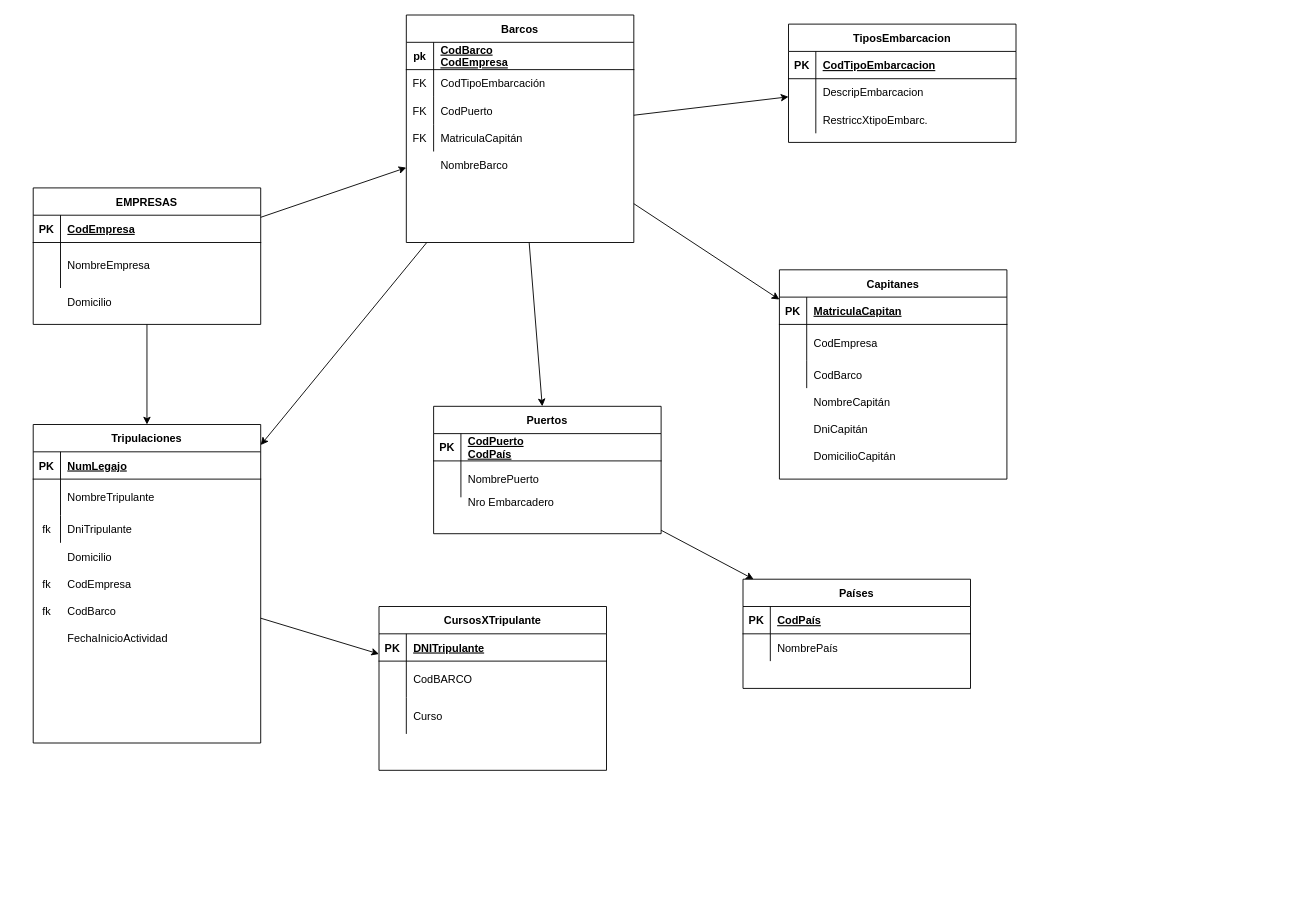
Above: Untitled Diagram.drawio in CristianIglesias/Disenio_y_Admin_BD (draw.io), before the change. Source tidied: cells renumbered, new cells numbered last; positions are measured from the earlier drawing's top-left corner, leaving out a move shared by most shapes. Both pictures are drawn from the tidied source at 91%, with x=0, y=0 at pixel (33, 15).
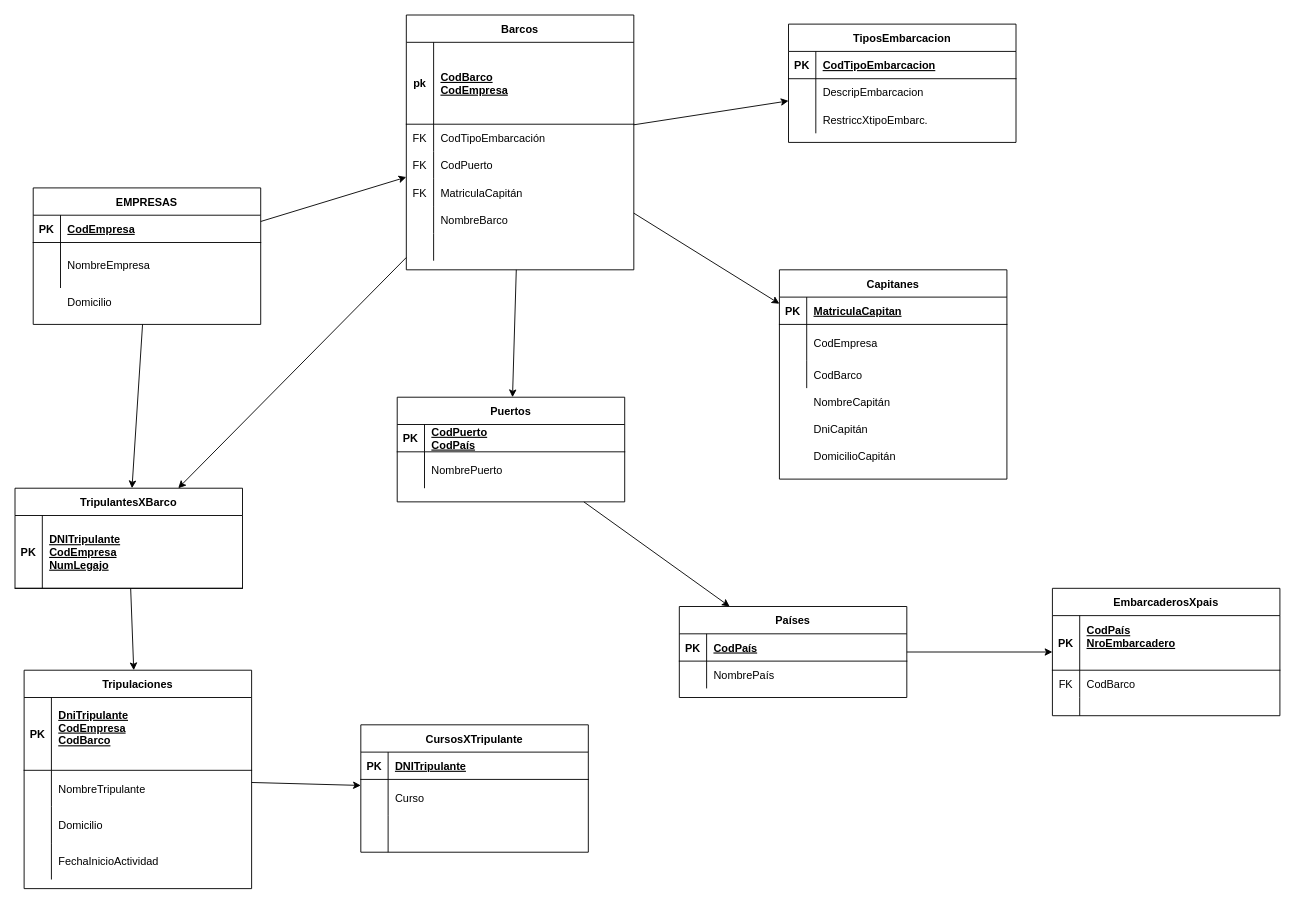
The same page after the edit.

Commit message:
Sigue siguiendo

Unchanged cells that the change refers to:
```xml
<mxCell id="25" value="EMPRESAS" style="shape=table;startSize=30;childLayout=tableLayout;rowLines=0;fontStyle=1;align=center;" parent="1" vertex="1">
  <mxGeometry y="190" width="250" height="150" as="geometry" />
</mxCell>
<mxCell id="96" style="shape=partialRectangle;fillColor=none;top=0;left=0;right=0;bottom=0;" parent="92" vertex="1">
  <mxGeometry y="60" width="250" height="40" as="geometry" />
</mxCell>
<mxCell id="99" style="shape=partialRectangle;fillColor=none;top=0;left=0;right=0;bottom=0;" parent="92" vertex="1">
  <mxGeometry y="100" width="250" height="40" as="geometry" />
</mxCell>
```

What changed in the source:
```diff
@@
     <mxCell id="2" value="Barcos" style="shape=table;startSize=30;childLayout=tableLayout;rowLines=0;fontStyle=1;align=center;" parent="1" vertex="1">
-      <mxGeometry x="410" width="250" height="250" as="geometry" />
+      <mxGeometry x="410" width="250" height="280" as="geometry" />
     </mxCell>
     <mxCell id="3" style="shape=partialRectangle;fillColor=none;top=0;left=0;right=0;bottom=1;" parent="2" vertex="1">
-      <mxGeometry y="30" width="250" height="30" as="geometry" />
+      <mxGeometry y="30" width="250" height="90" as="geometry" />
     </mxCell>
     <mxCell id="4" value="pk" style="shape=partialRectangle;overflow=hidden;fillColor=none;top=0;left=0;bottom=0;right=0;fontStyle=1;" parent="3" vertex="1">
-      <mxGeometry width="30" height="30" as="geometry" />
+      <mxGeometry width="30" height="90" as="geometry" />
     </mxCell>
     <mxCell id="5" value="CodBarco&#10;CodEmpresa" style="shape=partialRectangle;overflow=hidden;fillColor=none;top=0;left=0;bottom=0;right=0;align=left;spacingLeft=6;fontStyle=5;" parent="3" vertex="1">
-      <mxGeometry x="30" width="220" height="30" as="geometry" />
+      <mxGeometry x="30" width="220" height="90" as="geometry" />
     </mxCell>
     <mxCell id="6" style="shape=partialRectangle;fillColor=none;top=0;left=0;right=0;bottom=0;" parent="2" vertex="1">
-      <mxGeometry y="60" width="250" height="30" as="geometry" />
+      <mxGeometry y="120" width="250" height="30" as="geometry" />
     </mxCell>
@@
     <mxCell id="9" style="shape=partialRectangle;fillColor=none;top=0;left=0;right=0;bottom=0;" parent="2" vertex="1">
-      <mxGeometry y="90" width="250" height="30" as="geometry" />
+      <mxGeometry y="150" width="250" height="30" as="geometry" />
     </mxCell>
@@
     <mxCell id="12" style="shape=partialRectangle;fillColor=none;top=0;left=0;right=0;bottom=0;" parent="2" vertex="1">
-      <mxGeometry y="120" width="250" height="30" as="geometry" />
+      <mxGeometry y="180" width="250" height="30" as="geometry" />
     </mxCell>
@@
+    <mxCell id="110" style="shape=partialRectangle;fillColor=none;top=0;left=0;right=0;bottom=0;" parent="2" vertex="1">
+      <mxGeometry y="210" width="250" height="30" as="geometry" />
+    </mxCell>
+    <mxCell id="111" style="shape=partialRectangle;overflow=hidden;fillColor=none;top=0;left=0;bottom=0;right=0;" parent="110" vertex="1">
+      <mxGeometry width="30" height="30" as="geometry" />
+    </mxCell>
+    <mxCell id="33" value="NombreBarco" style="shape=partialRectangle;overflow=hidden;fillColor=none;top=0;left=0;bottom=0;right=0;align=left;spacingLeft=6;" parent="110" vertex="1">
+      <mxGeometry x="30" width="220" height="30" as="geometry" />
+    </mxCell>
+    <mxCell id="112" style="shape=partialRectangle;fillColor=none;top=0;left=0;right=0;bottom=0;" parent="2" vertex="1">
+      <mxGeometry y="240" width="250" height="30" as="geometry" />
+    </mxCell>
+    <mxCell id="113" style="shape=partialRectangle;overflow=hidden;fillColor=none;top=0;left=0;bottom=0;right=0;" parent="112" vertex="1">
+      <mxGeometry width="30" height="30" as="geometry" />
+    </mxCell>
+    <mxCell id="114" style="shape=partialRectangle;overflow=hidden;fillColor=none;top=0;left=0;bottom=0;right=0;align=left;spacingLeft=6;" parent="112" vertex="1">
+      <mxGeometry x="30" width="220" height="30" as="geometry" />
+    </mxCell>
@@
-    <mxCell id="33" value="NombreBarco" style="shape=partialRectangle;overflow=hidden;fillColor=none;top=0;left=0;bottom=0;right=0;align=left;spacingLeft=6;" parent="1" vertex="1">
-      <mxGeometry x="440" y="150" width="220" height="30" as="geometry" />
-    </mxCell>
     <mxCell id="34" value="Tripulaciones" style="shape=table;startSize=30;childLayout=tableLayout;rowLines=0;fontStyle=1;align=center;" parent="1" vertex="1">
-      <mxGeometry y="450" width="250" height="350" as="geometry" />
+      <mxGeometry x="-10" y="720" width="250" height="240" as="geometry" />
     </mxCell>
     <mxCell id="35" style="shape=partialRectangle;fillColor=none;top=0;left=0;right=0;bottom=1;" parent="34" vertex="1">
-      <mxGeometry y="30" width="250" height="30" as="geometry" />
+      <mxGeometry y="30" width="250" height="80" as="geometry" />
     </mxCell>
     <mxCell id="36" value="PK" style="shape=partialRectangle;overflow=hidden;fillColor=none;top=0;left=0;bottom=0;right=0;fontStyle=1;" parent="35" vertex="1">
-      <mxGeometry width="30" height="30" as="geometry" />
+      <mxGeometry width="30" height="80" as="geometry" />
     </mxCell>
-    <mxCell id="37" value="NumLegajo" style="shape=partialRectangle;overflow=hidden;fillColor=none;top=0;left=0;bottom=0;right=0;align=left;spacingLeft=6;fontStyle=5;" parent="35" vertex="1">
-      <mxGeometry x="30" width="220" height="30" as="geometry" />
+    <mxCell id="37" value="DniTripulante&#10;CodEmpresa&#10;CodBarco&#10;" style="shape=partialRectangle;overflow=hidden;fillColor=none;top=0;left=0;bottom=0;right=0;align=left;spacingLeft=6;fontStyle=5;" parent="35" vertex="1">
+      <mxGeometry x="30" width="220" height="80" as="geometry" />
     </mxCell>
     <mxCell id="38" style="shape=partialRectangle;fillColor=none;top=0;left=0;right=0;bottom=0;" parent="34" vertex="1">
-      <mxGeometry y="60" width="250" height="40" as="geometry" />
+      <mxGeometry y="110" width="250" height="40" as="geometry" />
     </mxCell>
@@
-    <mxCell id="41" style="shape=partialRectangle;fillColor=none;top=0;left=0;right=0;bottom=0;" parent="34" vertex="1">
-      <mxGeometry y="100" width="250" height="30" as="geometry" />
-    </mxCell>
-    <mxCell id="42" value="fk" style="shape=partialRectangle;overflow=hidden;fillColor=none;top=0;left=0;bottom=0;right=0;" parent="41" vertex="1">
-      <mxGeometry width="30" height="30" as="geometry" />
-    </mxCell>
-    <mxCell id="43" value="DniTripulante" style="shape=partialRectangle;overflow=hidden;fillColor=none;top=0;left=0;bottom=0;right=0;align=left;spacingLeft=6;" parent="41" vertex="1">
-      <mxGeometry x="30" width="220" height="30" as="geometry" />
-    </mxCell>
-    <mxCell id="44" style="shape=partialRectangle;fillColor=none;top=0;left=0;right=0;bottom=0;" parent="1" vertex="1">
-      <mxGeometry y="580" width="250" height="30" as="geometry" />
-    </mxCell>
-    <mxCell id="45" style="shape=partialRectangle;overflow=hidden;fillColor=none;top=0;left=0;bottom=0;right=0;" parent="44" vertex="1">
-      <mxGeometry width="30" height="30" as="geometry" />
-    </mxCell>
+    <mxCell id="115" style="shape=partialRectangle;fillColor=none;top=0;left=0;right=0;bottom=0;" parent="34" vertex="1">
+      <mxGeometry y="150" width="250" height="40" as="geometry" />
+    </mxCell>
+    <mxCell id="116" style="shape=partialRectangle;overflow=hidden;fillColor=none;top=0;left=0;bottom=0;right=0;" parent="115" vertex="1">
+      <mxGeometry width="30" height="40" as="geometry" />
+    </mxCell>
-    <mxCell id="46" value="Domicilio" style="shape=partialRectangle;overflow=hidden;fillColor=none;top=0;left=0;bottom=0;right=0;align=left;spacingLeft=6;" parent="44" vertex="1">
-      <mxGeometry x="30" width="220" height="30" as="geometry" />
+    <mxCell id="46" value="Domicilio" style="shape=partialRectangle;overflow=hidden;fillColor=none;top=0;left=0;bottom=0;right=0;align=left;spacingLeft=6;" parent="115" vertex="1">
+      <mxGeometry x="30" width="220" height="40" as="geometry" />
     </mxCell>
-    <mxCell id="47" style="shape=partialRectangle;fillColor=none;top=0;left=0;right=0;bottom=0;" parent="1" vertex="1">
-      <mxGeometry y="610" width="250" height="30" as="geometry" />
-    </mxCell>
-    <mxCell id="48" value="fk" style="shape=partialRectangle;overflow=hidden;fillColor=none;top=0;left=0;bottom=0;right=0;" parent="47" vertex="1">
-      <mxGeometry width="30" height="30" as="geometry" />
-    </mxCell>
-    <mxCell id="49" value="CodEmpresa" style="shape=partialRectangle;overflow=hidden;fillColor=none;top=0;left=0;bottom=0;right=0;align=left;spacingLeft=6;" parent="47" vertex="1">
-      <mxGeometry x="30" width="220" height="30" as="geometry" />
-    </mxCell>
-    <mxCell id="50" style="shape=partialRectangle;fillColor=none;top=0;left=0;right=0;bottom=0;" parent="1" vertex="1">
-      <mxGeometry y="640" width="250" height="30" as="geometry" />
-    </mxCell>
-    <mxCell id="51" value="fk" style="shape=partialRectangle;overflow=hidden;fillColor=none;top=0;left=0;bottom=0;right=0;" parent="50" vertex="1">
-      <mxGeometry width="30" height="30" as="geometry" />
-    </mxCell>
-    <mxCell id="52" value="CodBarco" style="shape=partialRectangle;overflow=hidden;fillColor=none;top=0;left=0;bottom=0;right=0;align=left;spacingLeft=6;" parent="50" vertex="1">
-      <mxGeometry x="30" width="220" height="30" as="geometry" />
-    </mxCell>
-    <mxCell id="53" style="shape=partialRectangle;fillColor=none;top=0;left=0;right=0;bottom=0;" parent="1" vertex="1">
-      <mxGeometry y="670" width="250" height="30" as="geometry" />
-    </mxCell>
-    <mxCell id="54" style="shape=partialRectangle;overflow=hidden;fillColor=none;top=0;left=0;bottom=0;right=0;" parent="53" vertex="1">
-      <mxGeometry width="30" height="30" as="geometry" />
-    </mxCell>
+    <mxCell id="117" style="shape=partialRectangle;fillColor=none;top=0;left=0;right=0;bottom=0;" parent="34" vertex="1">
+      <mxGeometry y="190" width="250" height="40" as="geometry" />
+    </mxCell>
+    <mxCell id="118" style="shape=partialRectangle;overflow=hidden;fillColor=none;top=0;left=0;bottom=0;right=0;" parent="117" vertex="1">
+      <mxGeometry width="30" height="40" as="geometry" />
+    </mxCell>
-    <mxCell id="55" value="FechaInicioActividad" style="shape=partialRectangle;overflow=hidden;fillColor=none;top=0;left=0;bottom=0;right=0;align=left;spacingLeft=6;" parent="53" vertex="1">
-      <mxGeometry x="30" width="220" height="30" as="geometry" />
+    <mxCell id="55" value="FechaInicioActividad" style="shape=partialRectangle;overflow=hidden;fillColor=none;top=0;left=0;bottom=0;right=0;align=left;spacingLeft=6;" parent="117" vertex="1">
+      <mxGeometry x="30" width="220" height="40" as="geometry" />
     </mxCell>
@@
     <mxCell id="66" value="Puertos" style="shape=table;startSize=30;childLayout=tableLayout;rowLines=0;fontStyle=1;align=center;" parent="1" vertex="1">
-      <mxGeometry x="440" y="430" width="250" height="140" as="geometry" />
+      <mxGeometry x="400" y="420" width="250" height="115" as="geometry" />
     </mxCell>
@@
     <mxCell id="73" value="Países" style="shape=table;startSize=30;childLayout=tableLayout;rowLines=0;fontStyle=1;align=center;" parent="1" vertex="1">
-      <mxGeometry x="780" y="620" width="250" height="120" as="geometry" />
+      <mxGeometry x="710" y="650" width="250" height="100" as="geometry" />
     </mxCell>
@@
-    <mxCell id="80" style="shape=partialRectangle;fillColor=none;top=0;left=0;right=0;bottom=0;" parent="1" vertex="1">
-      <mxGeometry x="440" y="520" width="250" height="30" as="geometry" />
-    </mxCell>
-    <mxCell id="81" style="shape=partialRectangle;overflow=hidden;fillColor=none;top=0;left=0;bottom=0;right=0;" parent="80" vertex="1">
-      <mxGeometry width="30" height="30" as="geometry" />
-    </mxCell>
-    <mxCell id="82" value="Nro Embarcadero" style="shape=partialRectangle;overflow=hidden;fillColor=none;top=0;left=0;bottom=0;right=0;align=left;spacingLeft=6;" parent="80" vertex="1">
-      <mxGeometry x="30" width="220" height="30" as="geometry" />
-    </mxCell>
@@
     <mxCell id="92" value="CursosXTripulante" style="shape=table;startSize=30;childLayout=tableLayout;rowLines=0;fontStyle=1;align=center;" parent="1" vertex="1">
-      <mxGeometry x="380" y="650" width="250" height="180" as="geometry" />
+      <mxGeometry x="360" y="780" width="250" height="140" as="geometry" />
     </mxCell>
@@
-    <mxCell id="98" value="CodBARCO" style="shape=partialRectangle;overflow=hidden;fillColor=none;top=0;left=0;bottom=0;right=0;align=left;spacingLeft=6;" parent="96" vertex="1">
+    <mxCell id="98" value="Curso" style="shape=partialRectangle;overflow=hidden;fillColor=none;top=0;left=0;bottom=0;right=0;align=left;spacingLeft=6;" parent="96" vertex="1">
       <mxGeometry x="30" width="220" height="40" as="geometry" />
     </mxCell>
@@
-    <mxCell id="101" value="Curso" style="shape=partialRectangle;overflow=hidden;fillColor=none;top=0;left=0;bottom=0;right=0;align=left;spacingLeft=6;" parent="99" vertex="1">
+    <mxCell id="101" style="shape=partialRectangle;overflow=hidden;fillColor=none;top=0;left=0;bottom=0;right=0;align=left;spacingLeft=6;" parent="99" vertex="1">
       <mxGeometry x="30" width="220" height="40" as="geometry" />
     </mxCell>
@@
-    <mxCell id="104" style="endArrow=classic;html=1;" parent="1" edge="1" source="25" target="34">
+    <mxCell id="104" style="endArrow=classic;html=1;" parent="1" edge="1" source="25" target="119">
       <mxGeometry relative="1" as="geometry" />
     </mxCell>
@@
-    <mxCell id="109" style="endArrow=classic;html=1;" parent="1" edge="1" source="2" target="34">
+    <mxCell id="109" style="endArrow=classic;html=1;" parent="1" edge="1" source="2" target="119">
       <mxGeometry relative="1" as="geometry" />
     </mxCell>
+    <mxCell id="119" value="TripulantesXBarco" style="shape=table;startSize=30;childLayout=tableLayout;rowLines=0;fontStyle=1;align=center;" parent="1" vertex="1">
+      <mxGeometry x="-20" y="520" width="250" height="110" as="geometry" />
+    </mxCell>
+    <mxCell id="120" style="shape=partialRectangle;fillColor=none;top=0;left=0;right=0;bottom=1;" parent="119" vertex="1">
+      <mxGeometry y="30" width="250" height="80" as="geometry" />
+    </mxCell>
+    <mxCell id="121" value="PK" style="shape=partialRectangle;overflow=hidden;fillColor=none;top=0;left=0;bottom=0;right=0;fontStyle=1;" parent="120" vertex="1">
+      <mxGeometry width="30" height="80" as="geometry" />
+    </mxCell>
+    <mxCell id="122" value="DNITripulante&#10;CodEmpresa&#10;NumLegajo" style="shape=partialRectangle;overflow=hidden;fillColor=none;top=0;left=0;bottom=0;right=0;align=left;spacingLeft=6;fontStyle=5;" parent="120" vertex="1">
+      <mxGeometry x="30" width="220" height="80" as="geometry" />
+    </mxCell>
+    <mxCell id="123" style="endArrow=classic;html=1;" parent="1" edge="1" source="119" target="34">
+      <mxGeometry relative="1" as="geometry" />
+    </mxCell>
+    <mxCell id="124" value="EmbarcaderosXpais" style="shape=table;startSize=30;childLayout=tableLayout;rowLines=0;fontStyle=1;align=center;" parent="1" vertex="1">
+      <mxGeometry x="1120" y="630" width="250" height="140" as="geometry" />
+    </mxCell>
+    <mxCell id="125" style="shape=partialRectangle;fillColor=none;top=0;left=0;right=0;bottom=1;" parent="124" vertex="1">
+      <mxGeometry y="30" width="250" height="60" as="geometry" />
+    </mxCell>
+    <mxCell id="126" value="PK" style="shape=partialRectangle;overflow=hidden;fillColor=none;top=0;left=0;bottom=0;right=0;fontStyle=1;" parent="125" vertex="1">
+      <mxGeometry width="30" height="60" as="geometry" />
+    </mxCell>
+    <mxCell id="127" value="CodPaís&#10;NroEmbarcadero&#10;" style="shape=partialRectangle;overflow=hidden;fillColor=none;top=0;left=0;bottom=0;right=0;align=left;spacingLeft=6;fontStyle=5;" parent="125" vertex="1">
+      <mxGeometry x="30" width="220" height="60" as="geometry" />
+    </mxCell>
+    <mxCell id="128" style="shape=partialRectangle;fillColor=none;top=0;left=0;right=0;bottom=0;" parent="124" vertex="1">
+      <mxGeometry y="90" width="250" height="30" as="geometry" />
+    </mxCell>
+    <mxCell id="129" value="FK" style="shape=partialRectangle;overflow=hidden;fillColor=none;top=0;left=0;bottom=0;right=0;" parent="128" vertex="1">
+      <mxGeometry width="30" height="30" as="geometry" />
+    </mxCell>
+    <mxCell id="52" value="CodBarco" style="shape=partialRectangle;overflow=hidden;fillColor=none;top=0;left=0;bottom=0;right=0;align=left;spacingLeft=6;" parent="128" vertex="1">
+      <mxGeometry x="30" width="220" height="30" as="geometry" />
+    </mxCell>
+    <mxCell id="130" style="shape=partialRectangle;fillColor=none;top=0;left=0;right=0;bottom=0;" parent="124" vertex="1">
+      <mxGeometry y="120" width="250" height="20" as="geometry" />
+    </mxCell>
+    <mxCell id="131" style="shape=partialRectangle;overflow=hidden;fillColor=none;top=0;left=0;bottom=0;right=0;" parent="130" vertex="1">
+      <mxGeometry width="30" height="20" as="geometry" />
+    </mxCell>
+    <mxCell id="132" style="shape=partialRectangle;overflow=hidden;fillColor=none;top=0;left=0;bottom=0;right=0;align=left;spacingLeft=6;" parent="130" vertex="1">
+      <mxGeometry x="30" width="220" height="20" as="geometry" />
+    </mxCell>
+    <mxCell id="133" style="endArrow=classic;html=1;" parent="1" edge="1" source="73" target="124">
+      <mxGeometry relative="1" as="geometry" />
+    </mxCell>
```
